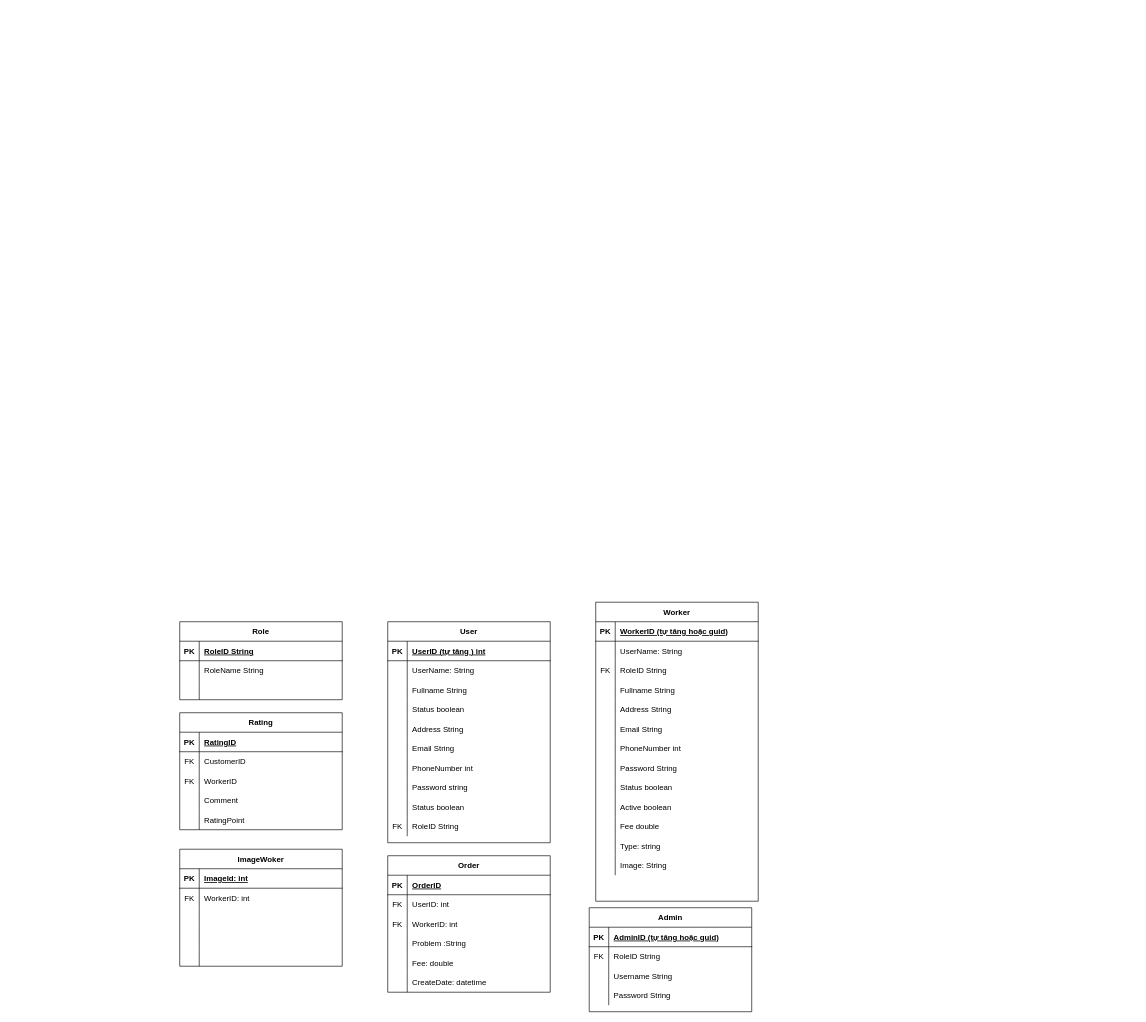
The draw.io diagram Database_Version1.drawio in tan0976861/RepairHomeElectricsBooking, before the edit. Source tidied: cells renumbered, new cells numbered last; positions are measured from the earlier drawing's top-left corner, leaving out a move shared by most shapes. Both pictures are drawn from the tidied source at 65%, with x=0, y=0 at pixel (179, 602).
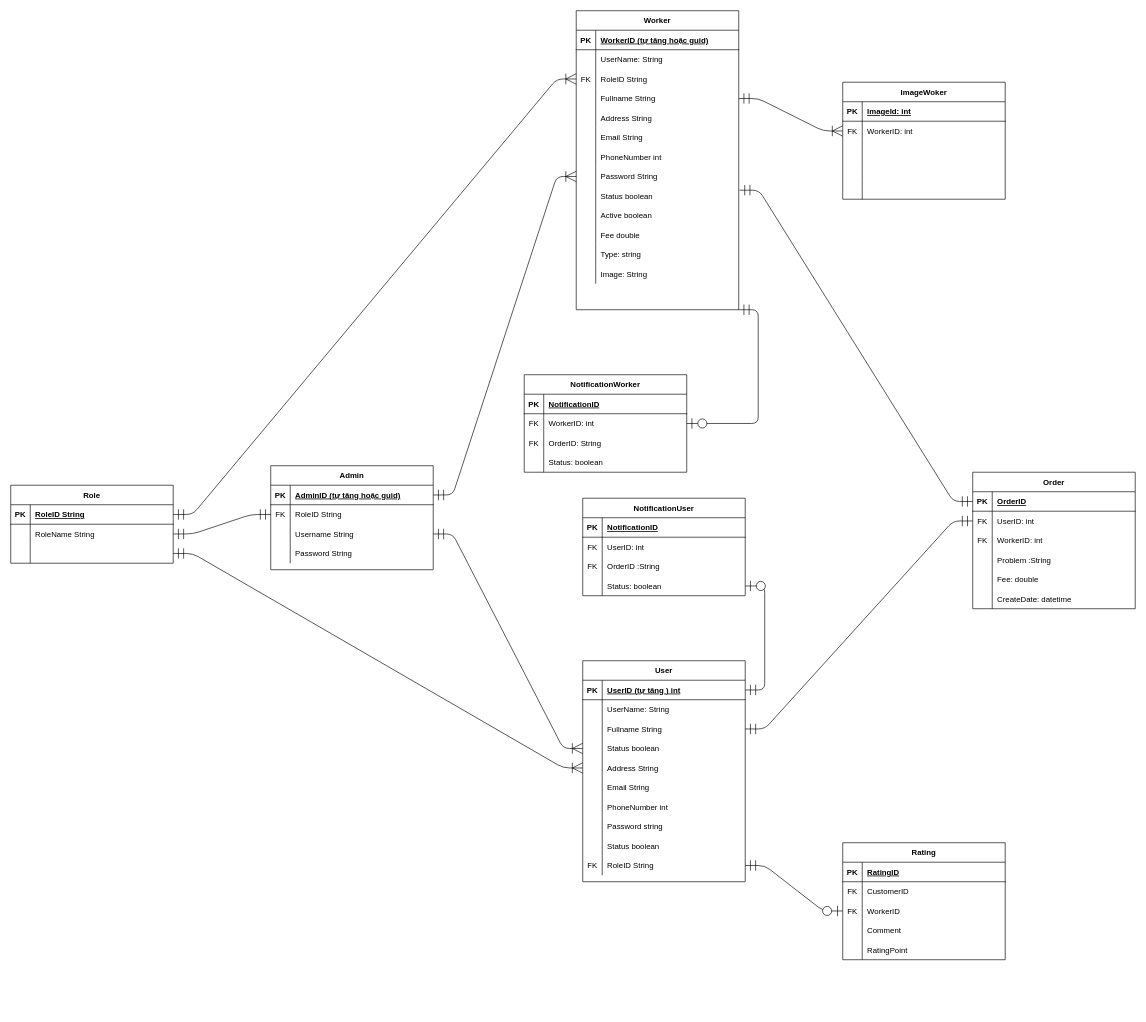
The same diagram, later.

Unchanged cells that the change refers to:
```xml
<mxCell id="3" style="shape=partialRectangle;fillColor=none;points=[[0,0.5],[1,0.5]];portConstraint=eastwest;top=0;left=0;right=0;bottom=1;" parent="2" vertex="1">
  <mxGeometry y="30" width="250" height="30" as="geometry" />
</mxCell>
<mxCell id="6" style="shape=partialRectangle;fillColor=none;points=[[0,0.5],[1,0.5]];portConstraint=eastwest;top=0;left=0;right=0;bottom=0;" parent="2" vertex="1">
  <mxGeometry y="60" width="250" height="30" as="geometry" />
</mxCell>
<mxCell id="9" style="shape=partialRectangle;fillColor=none;points=[[0,0.5],[1,0.5]];portConstraint=eastwest;top=0;left=0;right=0;bottom=0;" parent="2" vertex="1">
  <mxGeometry y="90" width="250" height="30" as="geometry" />
</mxCell>
<mxCell id="13" style="shape=partialRectangle;fillColor=none;points=[[0,0.5],[1,0.5]];portConstraint=eastwest;top=0;left=0;right=0;bottom=1;" parent="12" vertex="1">
  <mxGeometry y="30" width="250" height="30" as="geometry" />
</mxCell>
<mxCell id="19" style="shape=partialRectangle;fillColor=none;points=[[0,0.5],[1,0.5]];portConstraint=eastwest;top=0;left=0;right=0;bottom=0;" parent="12" vertex="1">
  <mxGeometry y="90" width="250" height="30" as="geometry" />
</mxCell>
<mxCell id="22" style="shape=partialRectangle;fillColor=none;points=[[0,0.5],[1,0.5]];portConstraint=eastwest;top=0;left=0;right=0;bottom=0;" parent="12" vertex="1">
  <mxGeometry y="120" width="250" height="30" as="geometry" />
</mxCell>
<mxCell id="25" style="shape=partialRectangle;fillColor=none;points=[[0,0.5],[1,0.5]];portConstraint=eastwest;top=0;left=0;right=0;bottom=0;" parent="12" vertex="1">
  <mxGeometry y="150" width="250" height="30" as="geometry" />
</mxCell>
<mxCell id="40" style="shape=partialRectangle;fillColor=none;points=[[0,0.5],[1,0.5]];portConstraint=eastwest;top=0;left=0;right=0;bottom=0;" parent="12" vertex="1">
  <mxGeometry y="300" width="250" height="30" as="geometry" />
</mxCell>
<mxCell id="50" style="shape=partialRectangle;fillColor=none;points=[[0,0.5],[1,0.5]];portConstraint=eastwest;top=0;left=0;right=0;bottom=0;" parent="43" vertex="1">
  <mxGeometry y="90" width="250" height="30" as="geometry" />
</mxCell>
<mxCell id="53" style="shape=partialRectangle;fillColor=none;points=[[0,0.5],[1,0.5]];portConstraint=eastwest;top=0;left=0;right=0;bottom=0;" parent="43" vertex="1">
  <mxGeometry y="120" width="250" height="30" as="geometry" />
</mxCell>
<mxCell id="65" style="shape=partialRectangle;fillColor=none;points=[[0,0.5],[1,0.5]];portConstraint=eastwest;top=0;left=0;right=0;bottom=0;" parent="43" vertex="1">
  <mxGeometry y="240" width="250" height="30" as="geometry" />
</mxCell>
<mxCell id="68" style="shape=partialRectangle;fillColor=none;points=[[0,0.5],[1,0.5]];portConstraint=eastwest;top=0;left=0;right=0;bottom=0;" parent="43" vertex="1">
  <mxGeometry y="270" width="250" height="30" as="geometry" />
</mxCell>
<mxCell id="84" style="shape=partialRectangle;fillColor=none;points=[[0,0.5],[1,0.5]];portConstraint=eastwest;top=0;left=0;right=0;bottom=1;" parent="83" vertex="1">
  <mxGeometry y="30" width="250" height="30" as="geometry" />
</mxCell>
<mxCell id="87" style="shape=partialRectangle;fillColor=none;points=[[0,0.5],[1,0.5]];portConstraint=eastwest;top=0;left=0;right=0;bottom=0;" parent="83" vertex="1">
  <mxGeometry y="60" width="250" height="30" as="geometry" />
</mxCell>
<mxCell id="90" style="shape=partialRectangle;fillColor=none;points=[[0,0.5],[1,0.5]];portConstraint=eastwest;top=0;left=0;right=0;bottom=0;" parent="83" vertex="1">
  <mxGeometry y="90" width="250" height="30" as="geometry" />
</mxCell>
<mxCell id="103" style="shape=partialRectangle;fillColor=none;points=[[0,0.5],[1,0.5]];portConstraint=eastwest;top=0;left=0;right=0;bottom=0;" parent="96" vertex="1">
  <mxGeometry y="90" width="250" height="30" as="geometry" />
</mxCell>
<mxCell id="113" style="shape=partialRectangle;fillColor=none;points=[[0,0.5],[1,0.5]];portConstraint=eastwest;top=0;left=0;right=0;bottom=1;" parent="112" vertex="1">
  <mxGeometry y="30" width="250" height="30" as="geometry" />
</mxCell>
<mxCell id="116" style="shape=partialRectangle;fillColor=none;points=[[0,0.5],[1,0.5]];portConstraint=eastwest;top=0;left=0;right=0;bottom=0;" parent="112" vertex="1">
  <mxGeometry y="60" width="250" height="30" as="geometry" />
</mxCell>
<mxCell id="135" style="shape=partialRectangle;fillColor=none;points=[[0,0.5],[1,0.5]];portConstraint=eastwest;top=0;left=0;right=0;bottom=0;" parent="131" vertex="1">
  <mxGeometry y="60" width="250" height="30" as="geometry" />
</mxCell>
```

What changed in the source:
```diff
@@
     <mxCell id="2" value="Role" style="shape=table;startSize=30;childLayout=tableLayout;rowLines=0;fontStyle=1;align=center;" parent="1" vertex="1">
-      <mxGeometry y="30" width="250" height="120" as="geometry" />
+      <mxGeometry x="-260" y="-180" width="250" height="120" as="geometry" />
     </mxCell>
@@
     <mxCell id="12" value="User" style="shape=table;startSize=30;childLayout=tableLayout;rowLines=0;fontStyle=1;align=center;" parent="1" vertex="1">
-      <mxGeometry x="320" y="30" width="250" height="340" as="geometry" />
+      <mxGeometry x="620" y="90" width="250" height="340" as="geometry" />
     </mxCell>
@@
     <mxCell id="43" value="Worker" style="shape=table;startSize=30;childLayout=tableLayout;rowLines=0;fontStyle=1;align=center;" parent="1" vertex="1">
-      <mxGeometry x="640" width="250" height="460" as="geometry" />
+      <mxGeometry x="610" y="-910" width="250" height="460" as="geometry" />
     </mxCell>
@@
     <mxCell id="83" value="Admin" style="shape=table;startSize=30;childLayout=tableLayout;rowLines=0;fontStyle=1;align=center;" parent="1" vertex="1">
-      <mxGeometry x="630" y="470" width="250" height="160" as="geometry" />
+      <mxGeometry x="140" y="-210" width="250" height="160" as="geometry" />
     </mxCell>
@@
     <mxCell id="96" value="Rating" style="shape=table;startSize=30;childLayout=tableLayout;rowLines=0;fontStyle=1;align=center;" parent="1" vertex="1">
-      <mxGeometry y="170" width="250" height="180" as="geometry" />
+      <mxGeometry x="1020" y="370" width="250" height="180" as="geometry" />
     </mxCell>
@@
     <mxCell id="112" value="Order" style="shape=table;startSize=30;childLayout=tableLayout;rowLines=0;fontStyle=1;align=center;" parent="1" vertex="1">
-      <mxGeometry x="320" y="390" width="250" height="210" as="geometry" />
+      <mxGeometry x="1220" y="-200" width="250" height="210" as="geometry" />
     </mxCell>
@@
     <mxCell id="131" value="ImageWoker" style="shape=table;startSize=30;childLayout=tableLayout;rowLines=0;fontStyle=1;align=center;" parent="1" vertex="1">
-      <mxGeometry y="380" width="250" height="180" as="geometry" />
+      <mxGeometry x="1020" y="-800" width="250" height="180" as="geometry" />
     </mxCell>
@@
+    <mxCell id="147" style="edgeStyle=entityRelationEdgeStyle;fontSize=12;html=1;endArrow=ERmandOne;startArrow=ERmandOne;startSize=14;endSize=14;sourcePerimeterSpacing=8;targetPerimeterSpacing=8;entryX=0;entryY=0.5;entryDx=0;entryDy=0;exitX=1;exitY=0.5;exitDx=0;exitDy=0;" parent="1" edge="1" source="6" target="87">
+      <mxGeometry relative="1" as="geometry" />
+    </mxCell>
+    <mxCell id="148" style="edgeStyle=entityRelationEdgeStyle;fontSize=12;html=1;endArrow=ERzeroToOne;startArrow=ERmandOne;startSize=14;endSize=14;sourcePerimeterSpacing=8;targetPerimeterSpacing=8;exitX=1;exitY=0.5;exitDx=0;exitDy=0;entryX=0;entryY=0.5;entryDx=0;entryDy=0;" parent="1" edge="1" source="40" target="103">
+      <mxGeometry relative="1" as="geometry" />
+    </mxCell>
+    <mxCell id="149" style="edgeStyle=entityRelationEdgeStyle;fontSize=12;html=1;endArrow=ERmandOne;startArrow=ERmandOne;startSize=14;endSize=14;sourcePerimeterSpacing=8;targetPerimeterSpacing=8;exitX=1;exitY=0.5;exitDx=0;exitDy=0;entryX=0;entryY=0.5;entryDx=0;entryDy=0;" parent="1" edge="1" source="19" target="116">
+      <mxGeometry relative="1" as="geometry" />
+    </mxCell>
+    <mxCell id="150" style="edgeStyle=entityRelationEdgeStyle;fontSize=12;html=1;endArrow=ERmandOne;startArrow=ERmandOne;startSize=14;endSize=14;sourcePerimeterSpacing=8;targetPerimeterSpacing=8;exitX=1.005;exitY=0.204;exitDx=0;exitDy=0;entryX=0;entryY=0.5;entryDx=0;entryDy=0;exitPerimeter=0;" parent="1" edge="1" source="68" target="113">
+      <mxGeometry relative="1" as="geometry" />
+    </mxCell>
+    <mxCell id="151" style="edgeStyle=entityRelationEdgeStyle;fontSize=12;html=1;endArrow=ERoneToMany;startArrow=ERmandOne;startSize=14;endSize=14;sourcePerimeterSpacing=8;targetPerimeterSpacing=8;exitX=1;exitY=0.5;exitDx=0;exitDy=0;entryX=0;entryY=0.5;entryDx=0;entryDy=0;" parent="1" edge="1" source="84" target="65">
+      <mxGeometry relative="1" as="geometry" />
+    </mxCell>
+    <mxCell id="152" style="edgeStyle=entityRelationEdgeStyle;fontSize=12;html=1;endArrow=ERoneToMany;startArrow=ERmandOne;startSize=14;endSize=14;sourcePerimeterSpacing=8;targetPerimeterSpacing=8;exitX=1;exitY=0.5;exitDx=0;exitDy=0;entryX=0;entryY=0.5;entryDx=0;entryDy=0;" parent="1" edge="1" source="90" target="22">
+      <mxGeometry relative="1" as="geometry" />
+    </mxCell>
+    <mxCell id="153" style="edgeStyle=entityRelationEdgeStyle;fontSize=12;html=1;endArrow=ERoneToMany;startArrow=ERmandOne;startSize=14;endSize=14;sourcePerimeterSpacing=8;targetPerimeterSpacing=8;exitX=1;exitY=0.5;exitDx=0;exitDy=0;entryX=0;entryY=0.5;entryDx=0;entryDy=0;" parent="1" edge="1" source="9" target="25">
+      <mxGeometry relative="1" as="geometry" />
+    </mxCell>
+    <mxCell id="154" style="edgeStyle=entityRelationEdgeStyle;fontSize=12;html=1;endArrow=ERoneToMany;startArrow=ERmandOne;startSize=14;endSize=14;sourcePerimeterSpacing=8;targetPerimeterSpacing=8;exitX=1;exitY=0.5;exitDx=0;exitDy=0;entryX=0;entryY=0.5;entryDx=0;entryDy=0;" parent="1" edge="1" source="3" target="50">
+      <mxGeometry relative="1" as="geometry" />
+    </mxCell>
+    <mxCell id="155" style="edgeStyle=entityRelationEdgeStyle;fontSize=12;html=1;endArrow=ERoneToMany;startArrow=ERmandOne;startSize=14;endSize=14;sourcePerimeterSpacing=8;targetPerimeterSpacing=8;exitX=1;exitY=0.5;exitDx=0;exitDy=0;entryX=0;entryY=0.5;entryDx=0;entryDy=0;" parent="1" edge="1" source="53" target="135">
+      <mxGeometry relative="1" as="geometry" />
+    </mxCell>
+    <mxCell id="156" value="NotificationUser" style="shape=table;startSize=30;childLayout=tableLayout;rowLines=0;fontStyle=1;align=center;" parent="1" vertex="1">
+      <mxGeometry x="620" y="-160" width="250" height="150" as="geometry" />
+    </mxCell>
+    <mxCell id="157" style="shape=partialRectangle;fillColor=none;top=0;left=0;right=0;bottom=1;" parent="156" vertex="1">
+      <mxGeometry y="30" width="250" height="30" as="geometry" />
+    </mxCell>
+    <mxCell id="158" value="PK" style="shape=partialRectangle;overflow=hidden;fillColor=none;top=0;left=0;bottom=0;right=0;fontStyle=1;" parent="157" vertex="1">
+      <mxGeometry width="30" height="30" as="geometry" />
+    </mxCell>
+    <mxCell id="159" value="NotificationID" style="shape=partialRectangle;overflow=hidden;fillColor=none;top=0;left=0;bottom=0;right=0;align=left;spacingLeft=6;fontStyle=5;" parent="157" vertex="1">
+      <mxGeometry x="30" width="220" height="30" as="geometry" />
+    </mxCell>
+    <mxCell id="160" style="shape=partialRectangle;fillColor=none;top=0;left=0;right=0;bottom=0;" parent="156" vertex="1">
+      <mxGeometry y="60" width="250" height="30" as="geometry" />
+    </mxCell>
+    <mxCell id="161" value="FK" style="shape=partialRectangle;overflow=hidden;fillColor=none;top=0;left=0;bottom=0;right=0;" parent="160" vertex="1">
+      <mxGeometry width="30" height="30" as="geometry" />
+    </mxCell>
+    <mxCell id="162" value="UserID: int" style="shape=partialRectangle;overflow=hidden;fillColor=none;top=0;left=0;bottom=0;right=0;align=left;spacingLeft=6;" parent="160" vertex="1">
+      <mxGeometry x="30" width="220" height="30" as="geometry" />
+    </mxCell>
+    <mxCell id="163" style="shape=partialRectangle;fillColor=none;top=0;left=0;right=0;bottom=0;" parent="156" vertex="1">
+      <mxGeometry y="90" width="250" height="30" as="geometry" />
+    </mxCell>
+    <mxCell id="164" value="FK" style="shape=partialRectangle;overflow=hidden;fillColor=none;top=0;left=0;bottom=0;right=0;" parent="163" vertex="1">
+      <mxGeometry width="30" height="30" as="geometry" />
+    </mxCell>
+    <mxCell id="165" value="OrderID :String" style="shape=partialRectangle;overflow=hidden;fillColor=none;top=0;left=0;bottom=0;right=0;align=left;spacingLeft=6;" parent="163" vertex="1">
+      <mxGeometry x="30" width="220" height="30" as="geometry" />
+    </mxCell>
+    <mxCell id="166" style="shape=partialRectangle;fillColor=none;points=[[0,0.5],[1,0.5]];portConstraint=eastwest;top=0;left=0;right=0;bottom=0;" parent="156" vertex="1">
+      <mxGeometry y="120" width="250" height="30" as="geometry" />
+    </mxCell>
+    <mxCell id="167" style="shape=partialRectangle;overflow=hidden;fillColor=none;top=0;left=0;bottom=0;right=0;" parent="166" vertex="1">
+      <mxGeometry width="30" height="30" as="geometry" />
+    </mxCell>
+    <mxCell id="168" value="Status: boolean" style="shape=partialRectangle;overflow=hidden;fillColor=none;top=0;left=0;bottom=0;right=0;align=left;spacingLeft=6;" parent="166" vertex="1">
+      <mxGeometry x="30" width="220" height="30" as="geometry" />
+    </mxCell>
+    <mxCell id="169" value="NotificationWorker" style="shape=table;startSize=30;childLayout=tableLayout;rowLines=0;fontStyle=1;align=center;" parent="1" vertex="1">
+      <mxGeometry x="530" y="-350" width="250" height="150" as="geometry" />
+    </mxCell>
+    <mxCell id="170" style="shape=partialRectangle;fillColor=none;top=0;left=0;right=0;bottom=1;" parent="169" vertex="1">
+      <mxGeometry y="30" width="250" height="30" as="geometry" />
+    </mxCell>
+    <mxCell id="171" value="PK" style="shape=partialRectangle;overflow=hidden;fillColor=none;top=0;left=0;bottom=0;right=0;fontStyle=1;" parent="170" vertex="1">
+      <mxGeometry width="30" height="30" as="geometry" />
+    </mxCell>
+    <mxCell id="172" value="NotificationID" style="shape=partialRectangle;overflow=hidden;fillColor=none;top=0;left=0;bottom=0;right=0;align=left;spacingLeft=6;fontStyle=5;" parent="170" vertex="1">
+      <mxGeometry x="30" width="220" height="30" as="geometry" />
+    </mxCell>
+    <mxCell id="173" style="shape=partialRectangle;fillColor=none;points=[[0,0.5],[1,0.5]];portConstraint=eastwest;top=0;left=0;right=0;bottom=0;" parent="169" vertex="1">
+      <mxGeometry y="60" width="250" height="30" as="geometry" />
+    </mxCell>
+    <mxCell id="174" value="FK" style="shape=partialRectangle;overflow=hidden;fillColor=none;top=0;left=0;bottom=0;right=0;" parent="173" vertex="1">
+      <mxGeometry width="30" height="30" as="geometry" />
+    </mxCell>
+    <mxCell id="175" value="WorkerID: int" style="shape=partialRectangle;overflow=hidden;fillColor=none;top=0;left=0;bottom=0;right=0;align=left;spacingLeft=6;" parent="173" vertex="1">
+      <mxGeometry x="30" width="220" height="30" as="geometry" />
+    </mxCell>
+    <mxCell id="176" style="shape=partialRectangle;fillColor=none;top=0;left=0;right=0;bottom=0;" parent="169" vertex="1">
+      <mxGeometry y="90" width="250" height="30" as="geometry" />
+    </mxCell>
+    <mxCell id="177" value="FK" style="shape=partialRectangle;overflow=hidden;fillColor=none;top=0;left=0;bottom=0;right=0;" parent="176" vertex="1">
+      <mxGeometry width="30" height="30" as="geometry" />
+    </mxCell>
+    <mxCell id="178" value="OrderID: String" style="shape=partialRectangle;overflow=hidden;fillColor=none;top=0;left=0;bottom=0;right=0;align=left;spacingLeft=6;" parent="176" vertex="1">
+      <mxGeometry x="30" width="220" height="30" as="geometry" />
+    </mxCell>
+    <mxCell id="179" style="shape=partialRectangle;fillColor=none;top=0;left=0;right=0;bottom=0;" parent="169" vertex="1">
+      <mxGeometry y="120" width="250" height="30" as="geometry" />
+    </mxCell>
+    <mxCell id="180" style="shape=partialRectangle;overflow=hidden;fillColor=none;top=0;left=0;bottom=0;right=0;" parent="179" vertex="1">
+      <mxGeometry width="30" height="30" as="geometry" />
+    </mxCell>
+    <mxCell id="181" value="Status: boolean" style="shape=partialRectangle;overflow=hidden;fillColor=none;top=0;left=0;bottom=0;right=0;align=left;spacingLeft=6;" parent="179" vertex="1">
+      <mxGeometry x="30" width="220" height="30" as="geometry" />
+    </mxCell>
+    <mxCell id="182" style="edgeStyle=entityRelationEdgeStyle;fontSize=12;html=1;endArrow=ERzeroToOne;startArrow=ERmandOne;startSize=14;endSize=14;sourcePerimeterSpacing=8;targetPerimeterSpacing=8;entryX=1;entryY=0.5;entryDx=0;entryDy=0;exitX=1;exitY=0.5;exitDx=0;exitDy=0;" parent="1" edge="1" source="13" target="166">
+      <mxGeometry relative="1" as="geometry" />
+    </mxCell>
+    <mxCell id="183" style="edgeStyle=entityRelationEdgeStyle;fontSize=12;html=1;endArrow=ERzeroToOne;startArrow=ERmandOne;startSize=14;endSize=14;sourcePerimeterSpacing=8;targetPerimeterSpacing=8;entryX=1;entryY=0.5;entryDx=0;entryDy=0;" parent="1" edge="1" target="173">
+      <mxGeometry relative="1" as="geometry">
+        <mxPoint x="860" y="-450" as="sourcePoint" />
+      </mxGeometry>
+    </mxCell>
```
